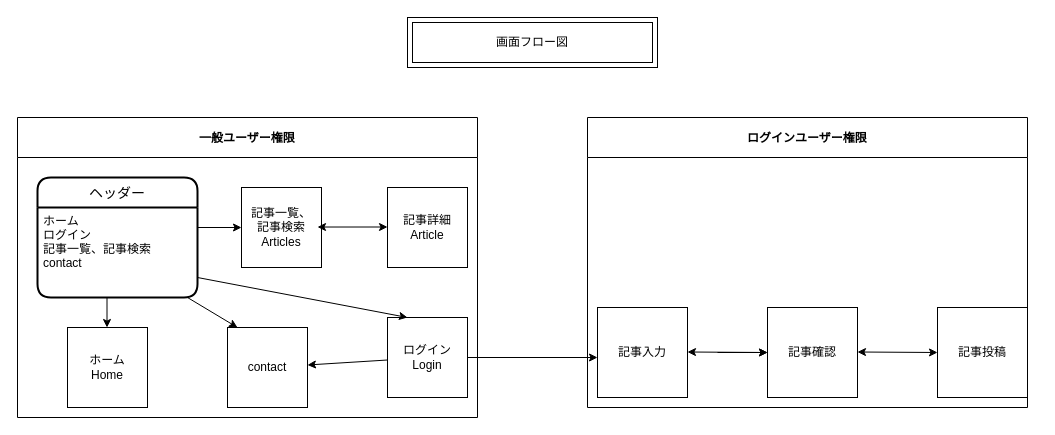
The draw.io diagram flow.drawio in hirohana/technologypost-frontend, before the edit. Source tidied: cells renumbered, new cells numbered last; positions are measured from the earlier drawing's top-left corner, leaving out a move shared by most shapes. Both pictures are drawn from the tidied source at 100%, with x=0, y=0 at pixel (17, 17).
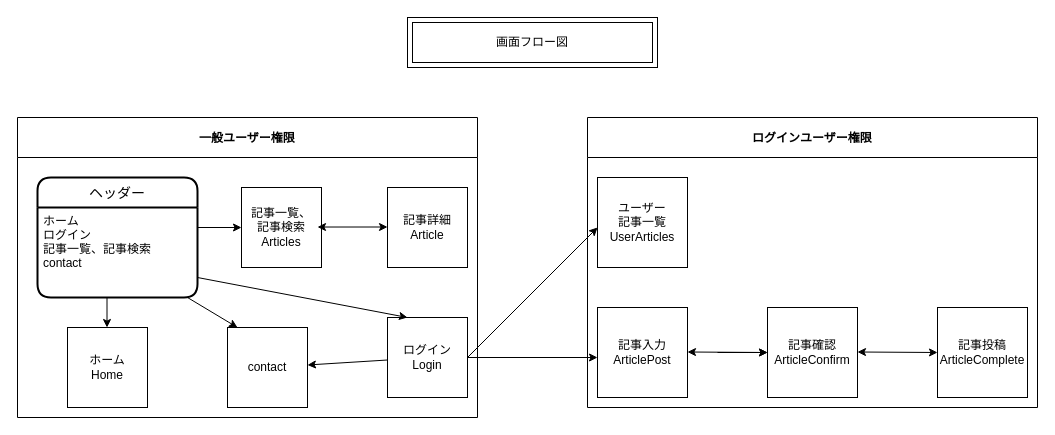
After the change.

Diff of the diagram source:
```diff
@@
     <mxCell id="2" value="ログインユーザー権限" style="swimlane;startSize=40;" parent="1" vertex="1">
-      <mxGeometry x="570" y="100" width="440" height="290" as="geometry" />
+      <mxGeometry x="570" y="100" width="450" height="290" as="geometry" />
     </mxCell>
@@
-    <mxCell id="4" value="記事入力" style="whiteSpace=wrap;html=1;" parent="2" vertex="1">
+    <mxCell id="4" value="記事入力&lt;br&gt;ArticlePost" style="whiteSpace=wrap;html=1;" parent="2" vertex="1">
       <mxGeometry x="10" y="190" width="90" height="90" as="geometry" />
     </mxCell>
-    <mxCell id="5" value="記事確認" style="whiteSpace=wrap;html=1;" parent="2" vertex="1">
+    <mxCell id="5" value="記事確認&lt;br&gt;ArticleConfirm" style="whiteSpace=wrap;html=1;" parent="2" vertex="1">
       <mxGeometry x="180" y="190" width="90" height="90" as="geometry" />
     </mxCell>
-    <mxCell id="6" value="記事投稿" style="whiteSpace=wrap;html=1;" parent="2" vertex="1">
+    <mxCell id="6" value="記事投稿&lt;br&gt;ArticleComplete" style="whiteSpace=wrap;html=1;" parent="2" vertex="1">
       <mxGeometry x="350" y="190" width="90" height="90" as="geometry" />
     </mxCell>
@@
+    <mxCell id="25" value="ユーザー&lt;br&gt;記事一覧&lt;br&gt;UserArticles" style="whiteSpace=wrap;html=1;" parent="2" vertex="1">
+      <mxGeometry x="10" y="60" width="90" height="90" as="geometry" />
+    </mxCell>
@@
+    <mxCell id="26" style="endArrow=classic;html=1;" parent="1" edge="1">
+      <mxGeometry relative="1" as="geometry">
+        <mxPoint x="450" y="340" as="sourcePoint" />
+        <mxPoint x="580" y="210" as="targetPoint" />
+      </mxGeometry>
+    </mxCell>
```
